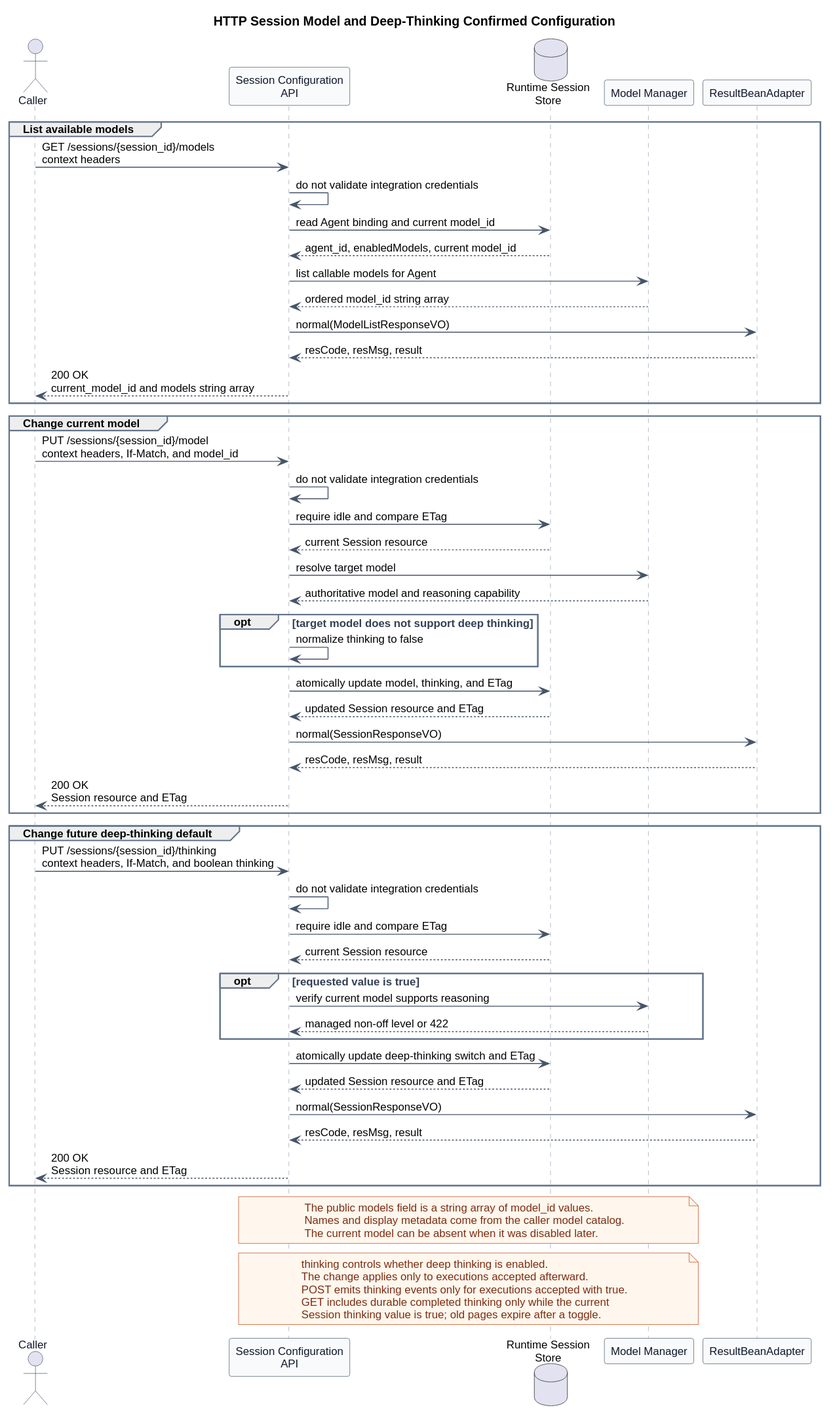
This is pi-mono-java-manager-driven-multi-agent-runtime/diagrams/session-configuration/http_session_model_configuration.svg from ssm0808/pi-mono-java-design, a PlantUML export, as it was before one commit.
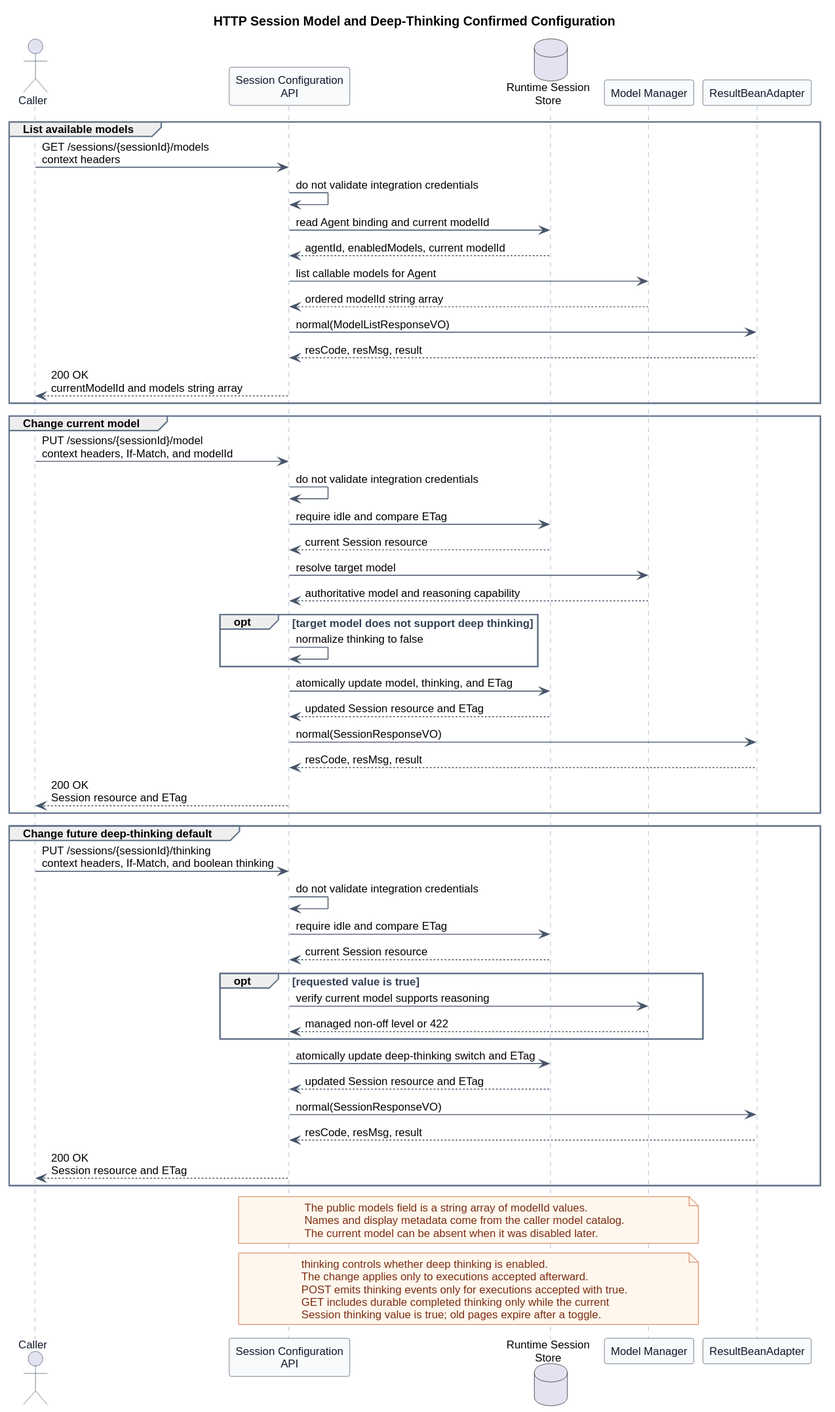
After the commit.

Diff of the diagram source:
```diff
@@ -31,19 +31,19 @@
 participant ResultBeanAdapter
 
 group List available models
-  Caller -> API : GET /sessions/{session_id}/models\ncontext headers
+  Caller -> API : GET /sessions/{sessionId}/models\ncontext headers
   API -> API : do not validate integration credentials
-  API -> Store : read Agent binding and current model_id
-  Store --> API : agent_id, enabledModels, current model_id
+  API -> Store : read Agent binding and current modelId
+  Store --> API : agentId, enabledModels, current modelId
   API -> Models : list callable models for Agent
-  Models --> API : ordered model_id string array
+  Models --> API : ordered modelId string array
   API -> ResultBeanAdapter : normal(ModelListResponseVO)
   ResultBeanAdapter --> API : resCode, resMsg, result
-  API --> Caller : 200 OK\ncurrent_model_id and models string array
+  API --> Caller : 200 OK\ncurrentModelId and models string array
 end
 
 group Change current model
-  Caller -> API : PUT /sessions/{session_id}/model\ncontext headers, If-Match, and model_id
+  Caller -> API : PUT /sessions/{sessionId}/model\ncontext headers, If-Match, and modelId
   API -> API : do not validate integration credentials
   API -> Store : require idle and compare ETag
   Store --> API : current Session resource
@@ -60,7 +60,7 @@
 end
 
 group Change future deep-thinking default
-  Caller -> API : PUT /sessions/{session_id}/thinking\ncontext headers, If-Match, and boolean thinking
+  Caller -> API : PUT /sessions/{sessionId}/thinking\ncontext headers, If-Match, and boolean thinking
   API -> API : do not validate integration credentials
   API -> Store : require idle and compare ETag
   Store --> API : current Session resource
@@ -76,7 +76,7 @@
 end
 
 note over API,Models
-The public models field is a string array of model_id values.
+The public models field is a string array of modelId values.
 Names and display metadata come from the caller model catalog.
 The current model can be absent when it was disabled later.
 end note
```
